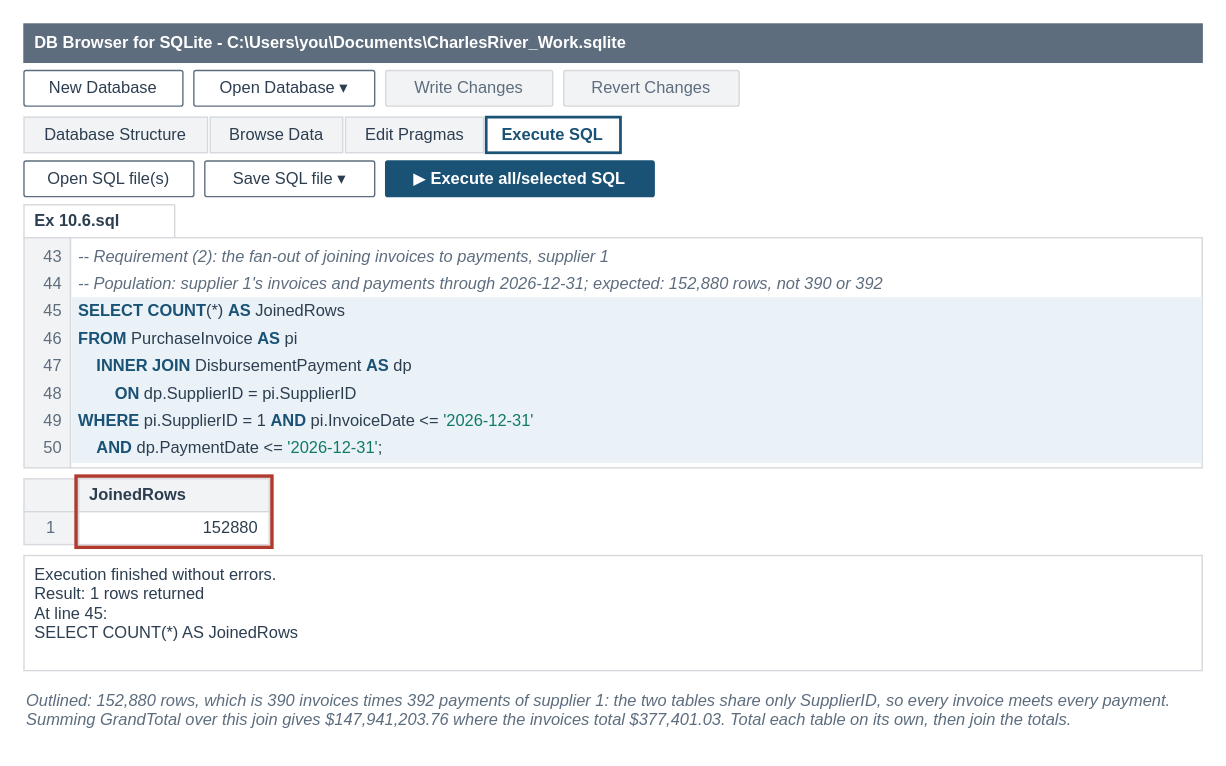
The draw.io diagram facts/instructor/figures/chapter-10-joining-and-summarizing/IF-10-6-A.drawio in mmcodesso/Accounting_Analytics_Book, before the edit. Source tidied: cells renumbered, new cells numbered last; positions are measured from the earlier drawing's top-left corner, leaving out a move shared by most shapes. Both pictures are drawn from the tidied source at 137%, with x=0, y=0 at pixel (23, 23).
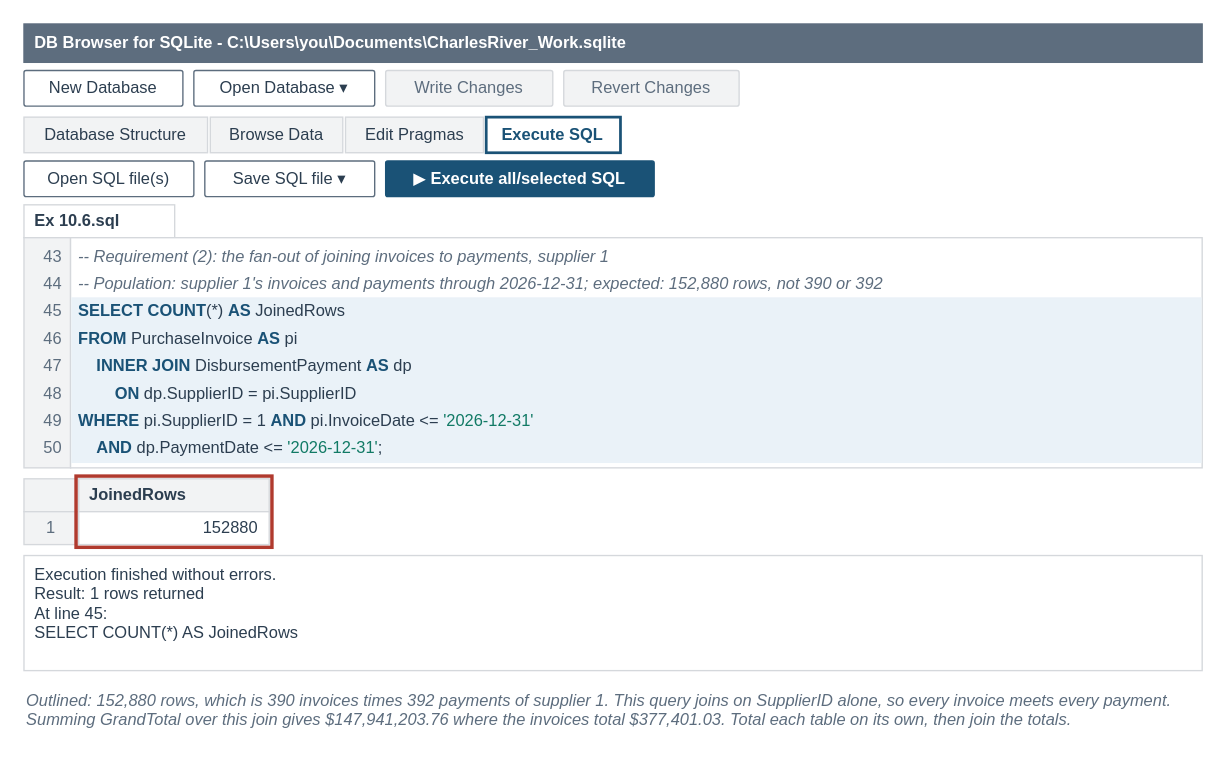
The same diagram, later.

Change to the diagram source:
```diff
@@
-    <mxCell id="40" value="&lt;i&gt;Outlined: 152,880 rows, which is 390 invoices times 392 payments of supplier 1: the two tables share only SupplierID, so every invoice meets every payment. Summing GrandTotal over this join gives $147,941,203.76 where the invoices total $377,401.03. Total each table on its own, then join the totals.&lt;/i&gt;" style="text;html=1;whiteSpace=wrap;align=left;verticalAlign=top;fontSize=12;fontColor=#5D6D7E;fontStyle=0;fontFamily=Helvetica;spacing=2;fillColor=none;strokeColor=none;" parent="1" vertex="1">
+    <mxCell id="40" value="&lt;i&gt;Outlined: 152,880 rows, which is 390 invoices times 392 payments of supplier 1. This query joins on SupplierID alone, so every invoice meets every payment. Summing GrandTotal over this join gives $147,941,203.76 where the invoices total $377,401.03. Total each table on its own, then join the totals.&lt;/i&gt;" style="text;html=1;whiteSpace=wrap;align=left;verticalAlign=top;fontSize=12;fontColor=#5D6D7E;fontStyle=0;fontFamily=Helvetica;spacing=2;fillColor=none;strokeColor=none;" parent="1" vertex="1">
       <mxGeometry y="480" width="860" height="42" as="geometry" />
     </mxCell>
```
